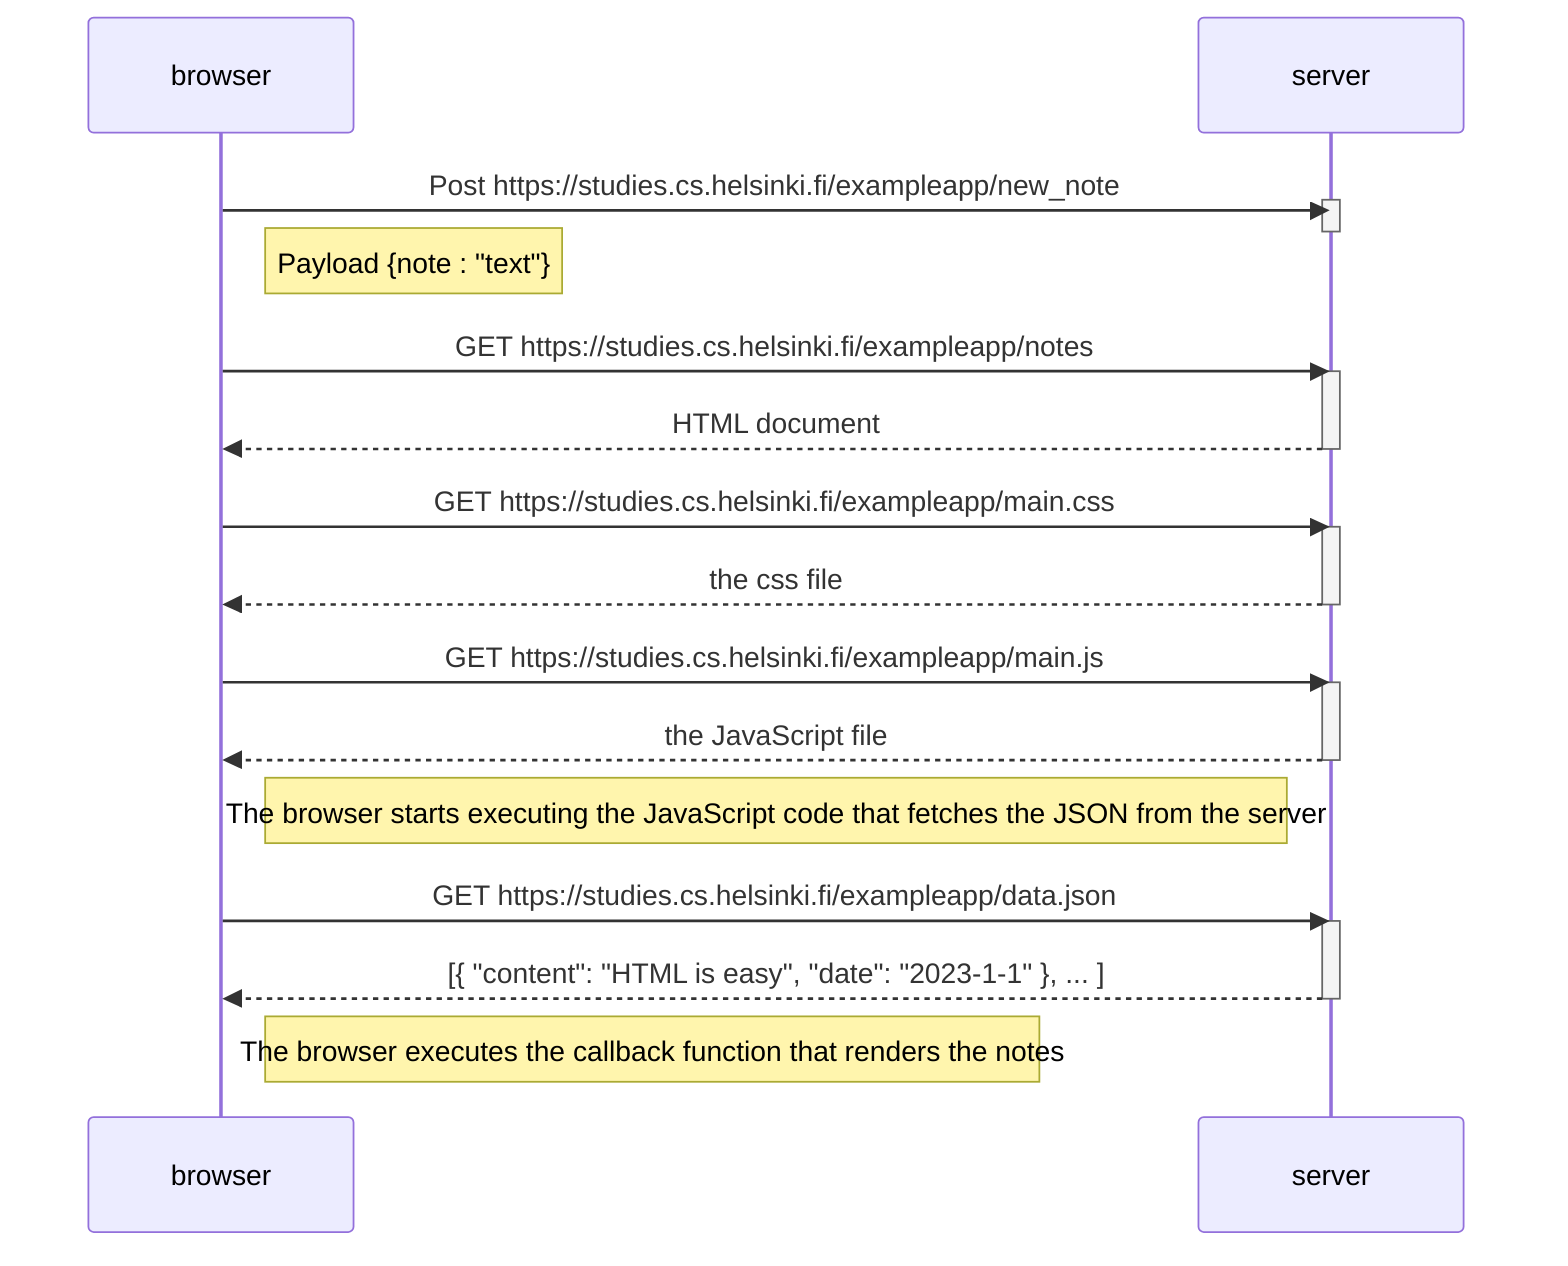
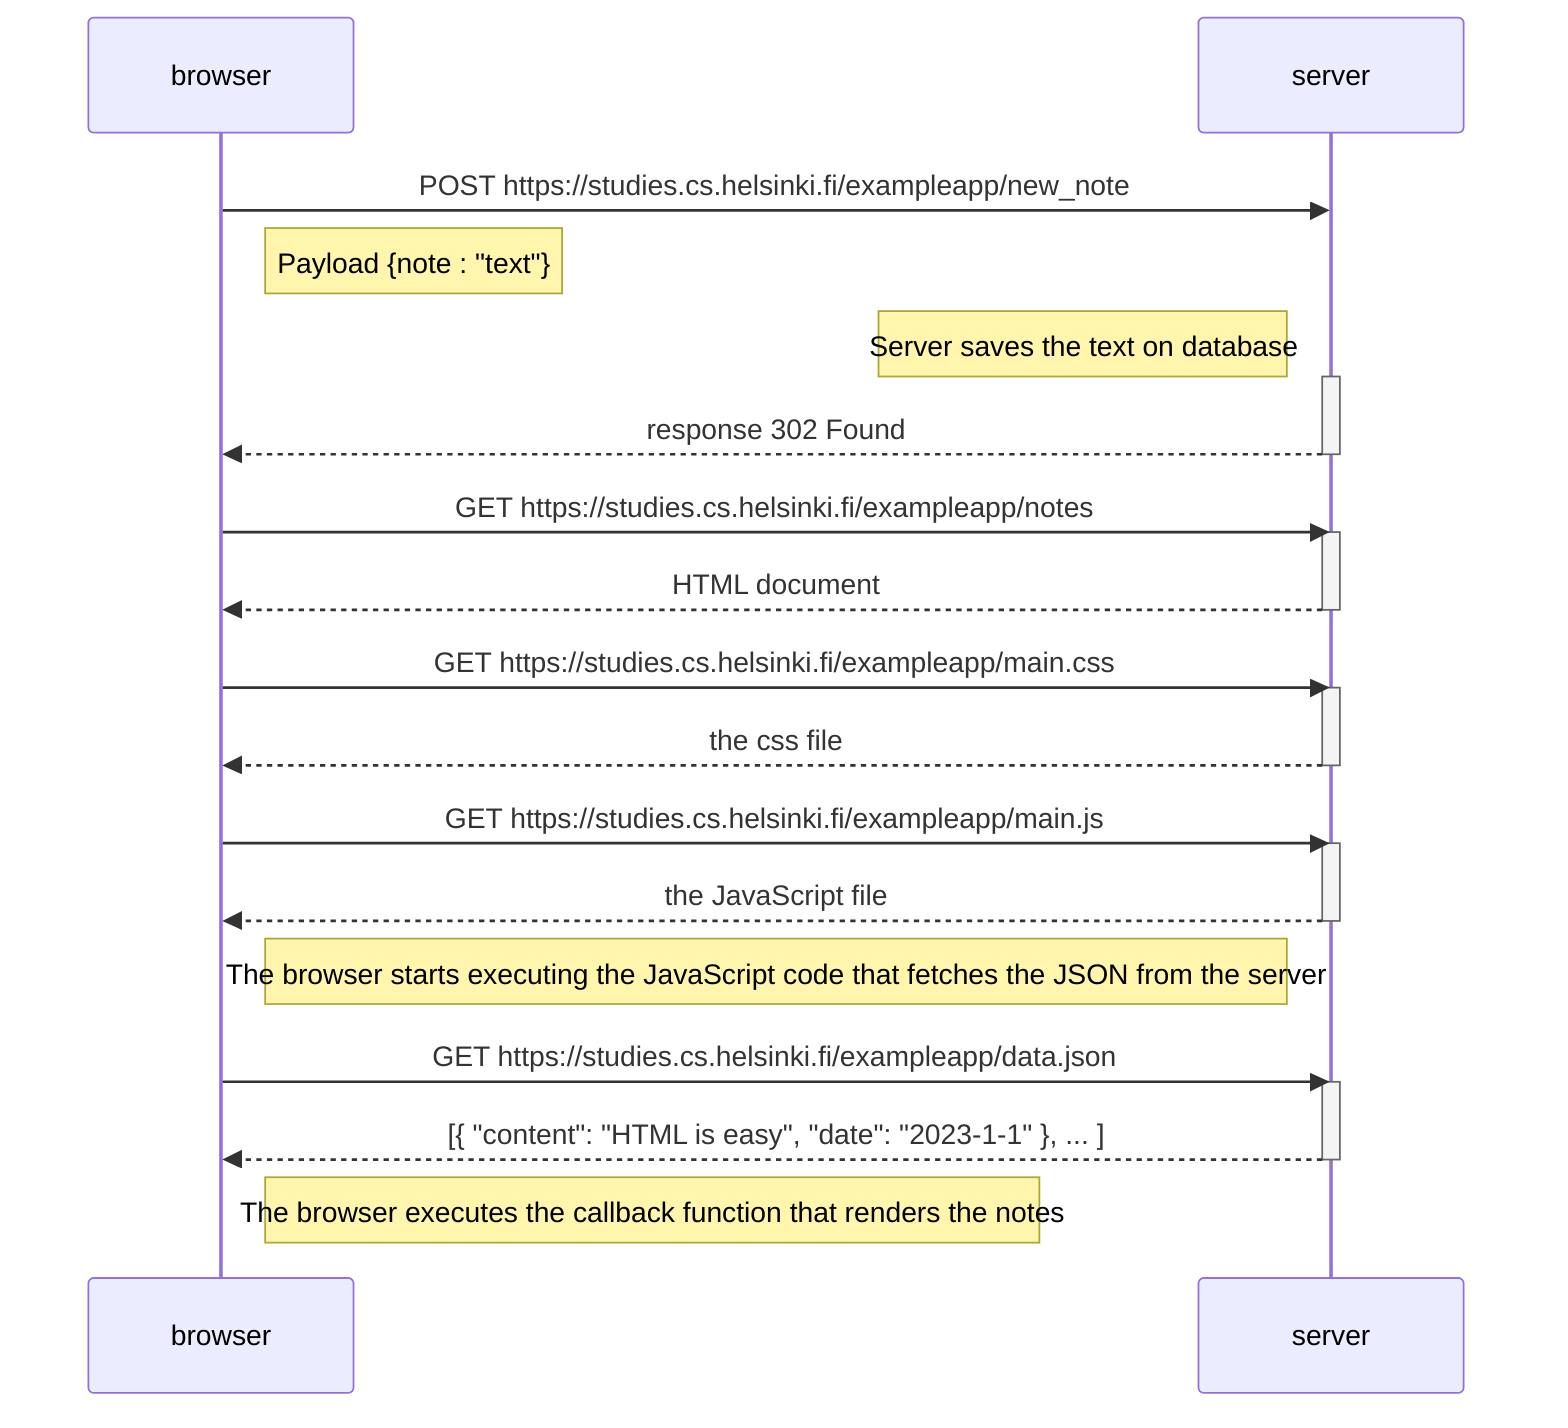
- sequenceDiagram
-     participant browser
-     participant server
+     sequenceDiagram
+         participant browser
+         participant server



-     browser->>server: Post https://studies.cs.helsinki.fi/exampleapp/new_note
-     activate server
-     deactivate server
-     Note right of browser: Payload {note : "text"}
+         browser->>server: POST https://studies.cs.helsinki.fi/exampleapp/new_note
+         Note right of browser: Payload {note : "text"}
+         Note left of server: Server saves the text on database
+         activate server
+         server-->>browser: response 302 Found
+         deactivate server

-     browser->>server: GET https://studies.cs.helsinki.fi/exampleapp/notes
-     activate server
-     server-->>browser: HTML document
-     deactivate server
+         browser->>server: GET https://studies.cs.helsinki.fi/exampleapp/notes
+         activate server
+         server-->>browser: HTML document
+         deactivate server

-     browser->>server: GET https://studies.cs.helsinki.fi/exampleapp/main.css
-     activate server
-     server-->>browser: the css file
-     deactivate server
+         browser->>server: GET https://studies.cs.helsinki.fi/exampleapp/main.css
+         activate server
+         server-->>browser: the css file
+         deactivate server

-     browser->>server: GET https://studies.cs.helsinki.fi/exampleapp/main.js
-     activate server
-     server-->>browser: the JavaScript file
-     deactivate server
+         browser->>server: GET https://studies.cs.helsinki.fi/exampleapp/main.js
+         activate server
+         server-->>browser: the JavaScript file
+         deactivate server

-     Note right of browser: The browser starts executing the JavaScript code that fetches the JSON from the server
+         Note right of browser: The browser starts executing the JavaScript code that fetches the JSON from the server

-     browser->>server: GET https://studies.cs.helsinki.fi/exampleapp/data.json
-     activate server
-     server-->>browser: [{ "content": "HTML is easy", "date": "2023-1-1" }, ... ]
-     deactivate server
+         browser->>server: GET https://studies.cs.helsinki.fi/exampleapp/data.json
+         activate server
+         server-->>browser: [{ "content": "HTML is easy", "date": "2023-1-1" }, ... ]
+         deactivate server

-     Note right of browser: The browser executes the callback function that renders the notes+         Note right of browser: The browser executes the callback function that renders the notes